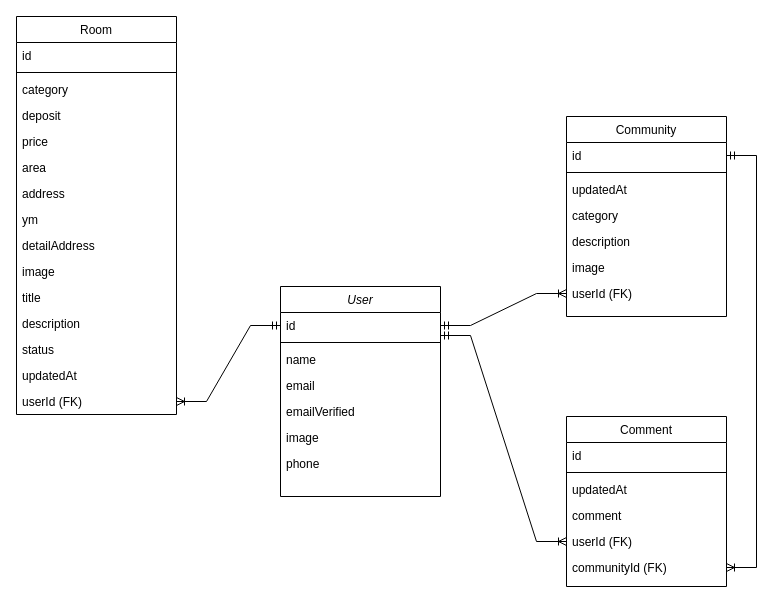
Before: ERD/myspotERD.drawio in 9yu9yu81/study_nextJs_realEstate, a draw.io diagram. Source tidied: cells renumbered, new cells numbered last; positions are measured from the earlier drawing's top-left corner, leaving out a move shared by most shapes. Both pictures are drawn from the tidied source at 100%, with x=0, y=0 at pixel (16, 16).
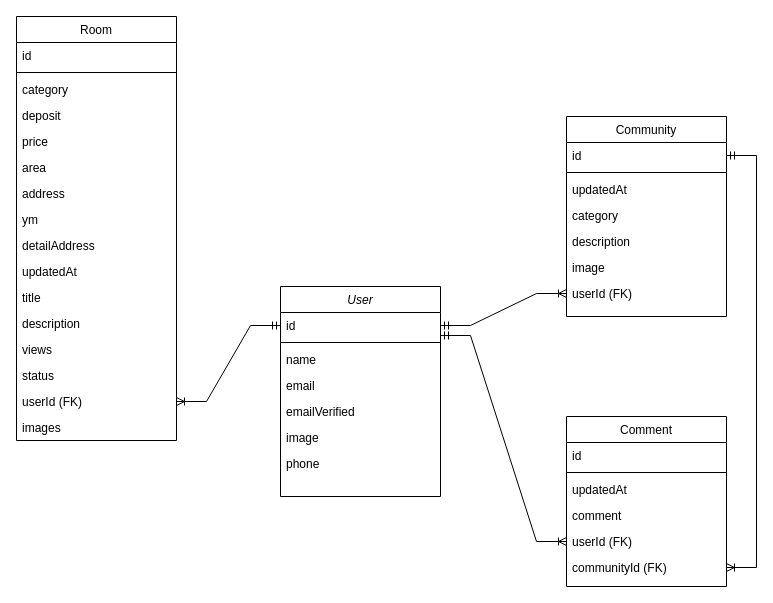
After the change.

Commit message (it also covers changes not shown here):
add: DB - Room - views /add: mock-rooms

Change to the diagram source:
```diff
@@
     <mxCell id="18" value="Room" style="swimlane;fontStyle=0;align=center;verticalAlign=top;horizontal=1;startSize=26;rounded=0;shadow=0;strokeWidth=1;" parent="1" vertex="1">
-      <mxGeometry width="160" height="398" as="geometry" />
+      <mxGeometry width="160" height="424" as="geometry" />
     </mxCell>
@@
-    <mxCell id="28" value="image" style="text;align=left;verticalAlign=top;spacingLeft=4;spacingRight=4;overflow=hidden;rounded=0;shadow=0;html=0;" parent="18" vertex="1">
-      <mxGeometry y="242" width="160" height="26" as="geometry" />
-    </mxCell>
+    <mxCell id="32" value="updatedAt   " style="text;align=left;verticalAlign=top;spacingLeft=4;spacingRight=4;overflow=hidden;rounded=0;shadow=0;html=0;" parent="18" vertex="1">
+      <mxGeometry y="242" width="160" height="26" as="geometry" />
+    </mxCell>
@@
+    <mxCell id="45" value="views" style="text;align=left;verticalAlign=top;spacingLeft=4;spacingRight=4;overflow=hidden;rounded=0;shadow=0;html=0;" parent="18" vertex="1">
+      <mxGeometry y="320" width="160" height="26" as="geometry" />
+    </mxCell>
     <mxCell id="31" value="status" style="text;align=left;verticalAlign=top;spacingLeft=4;spacingRight=4;overflow=hidden;rounded=0;shadow=0;html=0;" parent="18" vertex="1">
-      <mxGeometry y="320" width="160" height="26" as="geometry" />
+      <mxGeometry y="346" width="160" height="26" as="geometry" />
     </mxCell>
-    <mxCell id="32" value="updatedAt   " style="text;align=left;verticalAlign=top;spacingLeft=4;spacingRight=4;overflow=hidden;rounded=0;shadow=0;html=0;" parent="18" vertex="1">
-      <mxGeometry y="346" width="160" height="26" as="geometry" />
-    </mxCell>
@@
+    <mxCell id="46" value="images" style="text;align=left;verticalAlign=top;spacingLeft=4;spacingRight=4;overflow=hidden;rounded=0;shadow=0;html=0;" parent="18" vertex="1">
+      <mxGeometry y="398" width="160" height="26" as="geometry" />
+    </mxCell>
```
